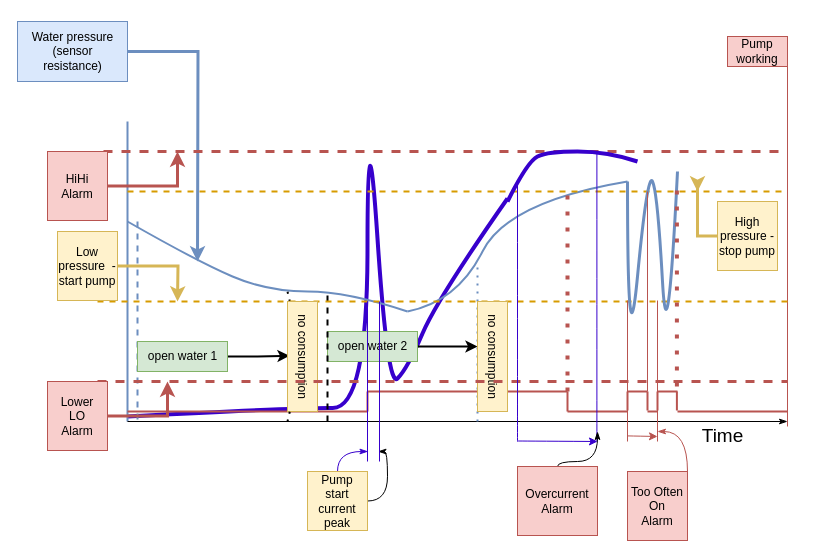
Before: page "Cases diagram" (1 of 3) of PumpDriver.drawio in megavad/Diagrams, a draw.io diagram. Source tidied: cells renumbered, new cells numbered last; positions are measured from the earlier drawing's top-left corner, leaving out a move shared by most shapes. Both pictures are drawn from the tidied source at 100%, with x=0, y=0 at pixel (17, 21).
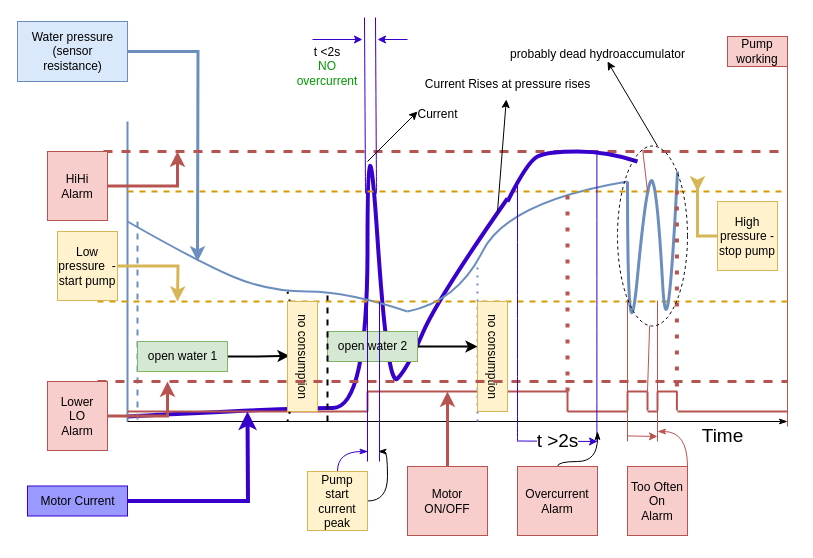
The same page after the edit.

What changed in the source:
```diff
@@
-    <mxCell id="48" style="endArrow=none;html=1;strokeWidth=1;rounded=0;fillColor=#f8cecc;strokeColor=#b85450;" parent="1" edge="1">
+    <mxCell id="48" style="endArrow=none;html=1;strokeWidth=1;rounded=0;fillColor=#f8cecc;strokeColor=#b85450;" parent="1" edge="1" source="73">
       <mxGeometry relative="1" as="geometry">
-        <mxPoint x="630" y="370" as="sourcePoint" />
         <mxPoint x="630" y="170" as="targetPoint" />
       </mxGeometry>
     </mxCell>
@@
     <mxCell id="56" value="Too Often On&lt;br&gt;Alarm" style="text;html=1;strokeColor=#b85450;fillColor=#f8cecc;align=center;verticalAlign=middle;whiteSpace=wrap;rounded=0;" parent="1" vertex="1">
-      <mxGeometry x="610" y="450" width="60" height="69" as="geometry" />
+      <mxGeometry x="610" y="445" width="60" height="69" as="geometry" />
     </mxCell>
@@
-    <mxCell id="66" style="endArrow=classic;html=1;fontSize=19;strokeColor=#3700CC;strokeWidth=1;curved=1;fillColor=#6a00ff;" parent="1" edge="1">
+    <mxCell id="66" value="t &amp;gt;2s" style="endArrow=classic;html=1;fontSize=19;strokeColor=#3700CC;strokeWidth=1;curved=1;fillColor=#6a00ff;" parent="1" edge="1">
       <mxGeometry relative="1" as="geometry">
         <mxPoint x="500" y="419.5" as="sourcePoint" />
         <mxPoint x="580" y="420" as="targetPoint" />
       </mxGeometry>
     </mxCell>
@@
+    <mxCell id="68" style="endArrow=classic;html=1;rounded=0;" parent="1" edge="1">
+      <mxGeometry relative="1" as="geometry">
+        <mxPoint x="350" y="140" as="sourcePoint" />
+        <mxPoint x="400" y="90" as="targetPoint" />
+      </mxGeometry>
+    </mxCell>
+    <mxCell id="69" value="Current" style="text;html=1;align=center;verticalAlign=middle;strokeColor=none;fillColor=none;" parent="1" vertex="1">
+      <mxGeometry x="390" y="78" width="60" height="30" as="geometry" />
+    </mxCell>
+    <mxCell id="70" style="endArrow=classic;html=1;rounded=0;" parent="1" edge="1" target="71">
+      <mxGeometry relative="1" as="geometry">
+        <mxPoint x="480" y="190" as="sourcePoint" />
+      </mxGeometry>
+    </mxCell>
+    <mxCell id="71" value="Current Rises at pressure rises" style="text;html=1;align=center;verticalAlign=middle;points=[];strokeColor=none;fillColor=none;" parent="1" vertex="1">
+      <mxGeometry x="395" y="48" width="190" height="30" as="geometry" />
+    </mxCell>
+    <mxCell id="72" style="endArrow=none;html=1;strokeWidth=1;rounded=0;fillColor=#f8cecc;strokeColor=#b85450;" parent="1" edge="1" target="73">
+      <mxGeometry relative="1" as="geometry">
+        <mxPoint x="630" y="370" as="sourcePoint" />
+      </mxGeometry>
+    </mxCell>
+    <mxCell id="73" style="ellipse;whiteSpace=wrap;html=1;dashed=1;fillColor=none;" parent="1" vertex="1">
+      <mxGeometry x="600" y="124.5" width="70" height="180" as="geometry" />
+    </mxCell>
+    <mxCell id="74" style="endArrow=classic;html=1;rounded=0;" parent="1" edge="1">
+      <mxGeometry relative="1" as="geometry">
+        <mxPoint x="640" y="124.5" as="sourcePoint" />
+        <mxPoint x="590" y="40" as="targetPoint" />
+      </mxGeometry>
+    </mxCell>
+    <mxCell id="75" value="probably dead hydroaccumulator" style="text;html=1;align=center;verticalAlign=middle;strokeColor=none;fillColor=none;" parent="1" vertex="1">
+      <mxGeometry x="480" y="18" width="200" height="30" as="geometry" />
+    </mxCell>
+    <mxCell id="76" style="edgeStyle=orthogonalEdgeStyle;rounded=0;jettySize=auto;html=1;fillColor=#e1d5e7;strokeColor=#3700CC;strokeWidth=4;" parent="1" edge="1" source="77">
+      <mxGeometry relative="1" as="geometry">
+        <mxPoint x="230" y="390" as="targetPoint" />
+      </mxGeometry>
+    </mxCell>
+    <mxCell id="77" value="Motor Current" style="text;html=1;align=center;verticalAlign=middle;points=[];strokeColor=#3700CC;fillColor=#9999FF;" parent="1" vertex="1">
+      <mxGeometry x="10" y="464.5" width="100" height="30" as="geometry" />
+    </mxCell>
+    <mxCell id="78" style="edgeStyle=orthogonalEdgeStyle;rounded=0;jettySize=auto;html=1;strokeColor=#B85450;strokeWidth=3;" parent="1" edge="1" source="79">
+      <mxGeometry relative="1" as="geometry">
+        <mxPoint x="430" y="370" as="targetPoint" />
+      </mxGeometry>
+    </mxCell>
+    <mxCell id="79" value="Motor ON/OFF" style="text;html=1;strokeColor=#b85450;fillColor=#f8cecc;align=center;verticalAlign=middle;whiteSpace=wrap;rounded=0;" parent="1" vertex="1">
+      <mxGeometry x="390" y="445" width="80" height="69" as="geometry" />
+    </mxCell>
+    <mxCell id="80" style="endArrow=none;html=1;strokeWidth=1;curved=1;fillColor=#6a00ff;strokeColor=#3700CC;" parent="1" edge="1">
+      <mxGeometry relative="1" as="geometry">
+        <mxPoint x="359" y="172" as="sourcePoint" />
+        <mxPoint x="358" y="-4" as="targetPoint" />
+      </mxGeometry>
+    </mxCell>
+    <mxCell id="81" style="endArrow=none;html=1;strokeWidth=1;curved=1;fillColor=#6a00ff;strokeColor=#3700CC;" parent="1" edge="1">
+      <mxGeometry relative="1" as="geometry">
+        <mxPoint x="348" y="172" as="sourcePoint" />
+        <mxPoint x="347" y="-4" as="targetPoint" />
+      </mxGeometry>
+    </mxCell>
+    <mxCell id="82" style="endArrow=classic;html=1;rounded=0;strokeColor=#3700CC;" parent="1" edge="1">
+      <mxGeometry relative="1" as="geometry">
+        <mxPoint x="295" y="18" as="sourcePoint" />
+        <mxPoint x="345" y="18" as="targetPoint" />
+      </mxGeometry>
+    </mxCell>
+    <mxCell id="83" style="endArrow=classic;html=1;rounded=0;strokeColor=#3700CC;" parent="1" edge="1">
+      <mxGeometry relative="1" as="geometry">
+        <mxPoint x="390" y="18" as="sourcePoint" />
+        <mxPoint x="360" y="18" as="targetPoint" />
+      </mxGeometry>
+    </mxCell>
+    <mxCell id="84" value="t &amp;lt;2s&lt;br&gt;&lt;font color=&quot;#009900&quot;&gt;NO overcurrent&lt;/font&gt;" style="text;html=1;strokeColor=none;fillColor=none;align=center;verticalAlign=middle;whiteSpace=wrap;rounded=0;" parent="1" vertex="1">
+      <mxGeometry x="280" y="30" width="60" height="30" as="geometry" />
+    </mxCell>
```
